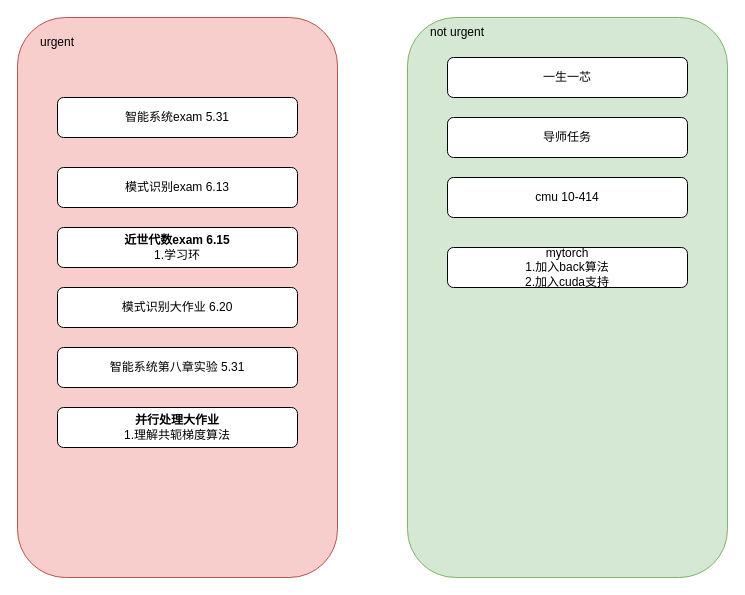
DavidZyy/drawio_repo keeps this draw.io diagram as todo work.drawio. Above is the earlier version. Source tidied: cells renumbered, new cells numbered last; positions are measured from the earlier drawing's top-left corner, leaving out a move shared by most shapes. Both pictures are drawn from the tidied source at 100%, with x=0, y=0 at pixel (17, 17).
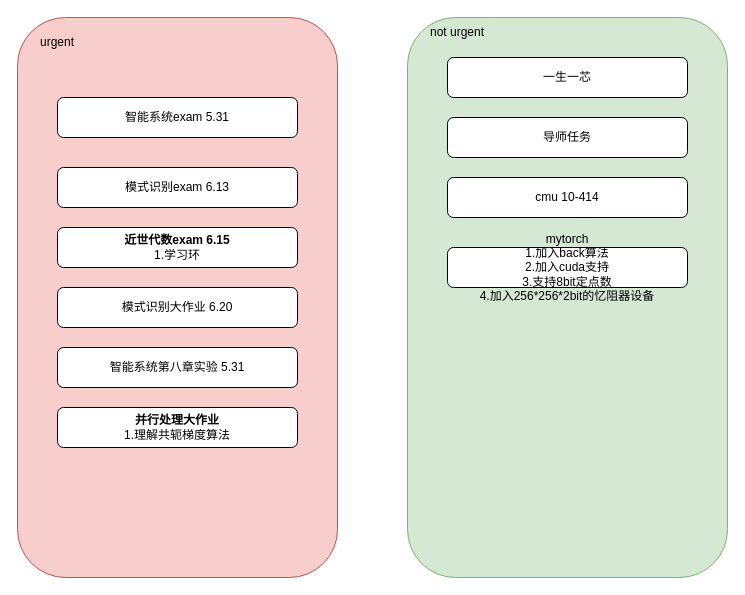
After the change.

Diff of the diagram source:
```diff
@@
 <mxGraphModel>
   <root>
     <mxCell id="0" />
     <mxCell id="1" parent="0" />
     <mxCell id="2" style="rounded=1;whiteSpace=wrap;html=1;fillColor=#f8cecc;strokeColor=#b85450;" parent="1" vertex="1">
       <mxGeometry width="320" height="560" as="geometry" />
     </mxCell>
     <mxCell id="3" value="urgent" style="text;strokeColor=none;align=center;fillColor=none;html=1;verticalAlign=middle;whiteSpace=wrap;rounded=0;" parent="1" vertex="1">
       <mxGeometry x="10" y="10" width="60" height="30" as="geometry" />
     </mxCell>
     <mxCell id="4" style="rounded=1;whiteSpace=wrap;html=1;fillColor=#d5e8d4;strokeColor=#82b366;" parent="1" vertex="1">
       <mxGeometry x="390" width="320" height="560" as="geometry" />
     </mxCell>
     <mxCell id="5" value="not urgent" style="text;strokeColor=none;align=center;fillColor=none;html=1;verticalAlign=middle;whiteSpace=wrap;rounded=0;" parent="1" vertex="1">
       <mxGeometry x="410" width="60" height="30" as="geometry" />
     </mxCell>
     <mxCell id="6" value="模式识别exam 6.13" style="rounded=1;whiteSpace=wrap;html=1;" parent="1" vertex="1">
       <mxGeometry x="40" y="150" width="240" height="40" as="geometry" />
     </mxCell>
     <mxCell id="7" value="智能系统exam 5.31" style="rounded=1;whiteSpace=wrap;html=1;" parent="1" vertex="1">
       <mxGeometry x="40" y="80" width="240" height="40" as="geometry" />
     </mxCell>
     <mxCell id="8" value="&lt;b&gt;近世代数exam 6.15&lt;/b&gt;&lt;div&gt;1.学习环&lt;/div&gt;" style="rounded=1;whiteSpace=wrap;html=1;" parent="1" vertex="1">
       <mxGeometry x="40" y="210" width="240" height="40" as="geometry" />
     </mxCell>
     <mxCell id="9" value="模式识别大作业 6.20" style="rounded=1;whiteSpace=wrap;html=1;" parent="1" vertex="1">
       <mxGeometry x="40" y="270" width="240" height="40" as="geometry" />
     </mxCell>
     <mxCell id="10" value="智能系统第八章实验 5.31" style="rounded=1;whiteSpace=wrap;html=1;" parent="1" vertex="1">
       <mxGeometry x="40" y="330" width="240" height="40" as="geometry" />
     </mxCell>
     <mxCell id="11" value="一生一芯" style="rounded=1;whiteSpace=wrap;html=1;" parent="1" vertex="1">
       <mxGeometry x="430" y="40" width="240" height="40" as="geometry" />
     </mxCell>
     <mxCell id="12" value="导师任务" style="rounded=1;whiteSpace=wrap;html=1;" parent="1" vertex="1">
       <mxGeometry x="430" y="100" width="240" height="40" as="geometry" />
     </mxCell>
     <mxCell id="13" value="&lt;b&gt;并行处理大作业&lt;/b&gt;&lt;div&gt;1.理解共轭梯度算法&lt;/div&gt;" style="rounded=1;whiteSpace=wrap;html=1;" parent="1" vertex="1">
       <mxGeometry x="40" y="390" width="240" height="40" as="geometry" />
     </mxCell>
     <mxCell id="14" value="cmu 10-414" style="rounded=1;whiteSpace=wrap;html=1;" parent="1" vertex="1">
       <mxGeometry x="430" y="160" width="240" height="40" as="geometry" />
     </mxCell>
-    <mxCell id="15" value="mytorch&lt;div&gt;1.加入back算法&lt;/div&gt;&lt;div&gt;2.加入cuda支持&lt;/div&gt;" style="rounded=1;whiteSpace=wrap;html=1;" parent="1" vertex="1">
+    <mxCell id="15" value="mytorch&lt;div&gt;1.加入back算法&lt;/div&gt;&lt;div&gt;2.加入cuda支持&lt;/div&gt;&lt;div&gt;3.支持8bit定点数&lt;/div&gt;&lt;div&gt;4.加入256*256*2bit的忆阻器设备&lt;/div&gt;" style="rounded=1;whiteSpace=wrap;html=1;" parent="1" vertex="1">
       <mxGeometry x="430" y="230" width="240" height="40" as="geometry" />
     </mxCell>
   </root>
 </mxGraphModel>
```
